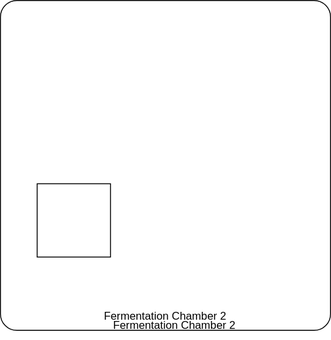
The draw.io diagram BreweryMonitor.drawio.svg in austinshinkle/OB_BreweryMonitor, before a commit. Source tidied: cells renumbered, new cells last; positions are measured from the earlier drawing's top-left corner, leaving out a move shared by most shapes.
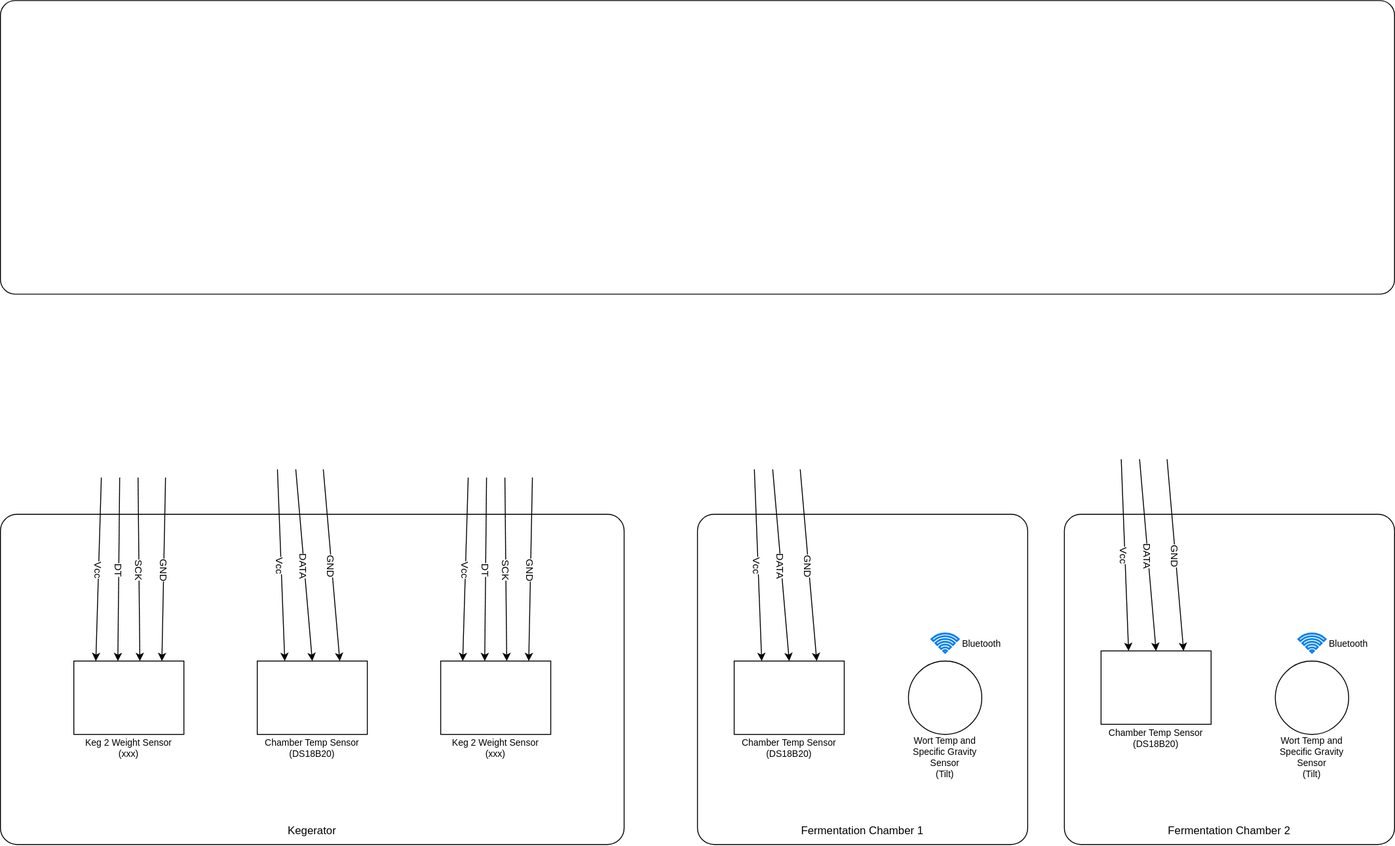
The same file after the commit.

Diff of the diagram source:
```diff
@@ -2,17 +2,216 @@
   <root>
     <mxCell id="0" />
     <mxCell id="1" parent="0" />
+    <mxCell id="6" style="rounded=1;whiteSpace=wrap;html=1;arcSize=5;" parent="1" vertex="1">
+      <mxGeometry x="-240" y="520" width="680" height="360" as="geometry" />
+    </mxCell>
     <mxCell id="2" style="rounded=1;whiteSpace=wrap;html=1;arcSize=5;" parent="1" vertex="1">
-      <mxGeometry width="360" height="360" as="geometry" />
+      <mxGeometry x="920" y="520" width="360" height="360" as="geometry" />
     </mxCell>
     <mxCell id="3" value="Fermentation Chamber 2" style="text;html=1;align=center;verticalAlign=middle;whiteSpace=wrap;rounded=0;" parent="1" vertex="1">
-      <mxGeometry x="70" y="330" width="220" height="30" as="geometry" />
+      <mxGeometry x="990" y="850" width="220" height="30" as="geometry" />
     </mxCell>
-    <mxCell id="4" style="rounded=0;whiteSpace=wrap;html=1;" parent="1" vertex="1">
-      <mxGeometry x="40" y="200" width="80" height="80" as="geometry" />
+    <mxCell id="4" style="rounded=0;whiteSpace=wrap;html=1;points=[[0,0,0,0,0],[0,0.25,0,0,0],[0,0.5,0,0,0],[0,0.75,0,0,0],[0,1,0,0,0],[0.2,0,0,0,0],[0.25,1,0,0,0],[0.4,0,0,0,0],[0.5,1,0,0,0],[0.6,0,0,0,0],[0.75,1,0,0,0],[0.8,0,0,0,0],[1,0,0,0,0],[1,0.25,0,0,0],[1,0.5,0,0,0],[1,0.75,0,0,0],[1,1,0,0,0]];" parent="1" vertex="1">
+      <mxGeometry x="240" y="680" width="120" height="80" as="geometry" />
     </mxCell>
-    <mxCell id="5" value="Fermentation Chamber 2" style="text;html=1;align=center;verticalAlign=middle;whiteSpace=wrap;rounded=0;" parent="1" vertex="1">
-      <mxGeometry x="80" y="340" width="220" height="30" as="geometry" />
+    <mxCell id="5" value="&lt;div&gt;Keg 2 Weight Sensor&lt;/div&gt;&lt;div&gt;(xxx)&lt;br&gt;&lt;/div&gt;" style="text;html=1;align=center;verticalAlign=middle;whiteSpace=wrap;rounded=0;fontSize=10;" parent="1" vertex="1">
+      <mxGeometry x="240" y="760" width="120" height="30" as="geometry" />
     </mxCell>
+    <mxCell id="7" style="ellipse;whiteSpace=wrap;html=1;" parent="1" vertex="1">
+      <mxGeometry x="1150" y="680" width="80" height="80" as="geometry" />
+    </mxCell>
+    <mxCell id="8" value="&lt;div&gt;Wort Temp and Specific Gravity Sensor&lt;/div&gt;&lt;div&gt;(Tilt)&lt;br&gt;&lt;/div&gt;" style="text;html=1;align=center;verticalAlign=middle;whiteSpace=wrap;rounded=0;fontSize=10;" parent="1" vertex="1">
+      <mxGeometry x="1150" y="760" width="80" height="50" as="geometry" />
+    </mxCell>
+    <mxCell id="9" style="html=1;verticalLabelPosition=bottom;align=center;labelBackgroundColor=#ffffff;verticalAlign=top;strokeWidth=2;strokeColor=#0080F0;shadow=0;dashed=0;shape=mxgraph.ios7.icons.wifi;" parent="1" vertex="1">
+      <mxGeometry x="1175.2" y="650" width="29.7" height="21" as="geometry" />
+    </mxCell>
+    <mxCell id="10" value="Bluetooth" style="text;html=1;align=center;verticalAlign=middle;whiteSpace=wrap;rounded=0;fontSize=10;" parent="1" vertex="1">
+      <mxGeometry x="1204.8" y="651" width="50" height="20" as="geometry" />
+    </mxCell>
+    <mxCell id="11" style="endArrow=classic;html=1;rounded=0;entryX=0.2;entryY=0;entryDx=0;entryDy=0;entryPerimeter=0;" parent="1" edge="1" target="4">
+      <mxGeometry relative="1" as="geometry">
+        <mxPoint x="270" y="480" as="sourcePoint" />
+      </mxGeometry>
+    </mxCell>
+    <mxCell id="12" value="Vcc" style="edgeLabel;html=1;align=center;verticalAlign=middle;rotation=90;" parent="11" vertex="1">
+      <mxGeometry relative="1" as="geometry" />
+    </mxCell>
+    <mxCell id="13" style="endArrow=classic;html=1;rounded=0;entryX=0.8;entryY=0;entryDx=0;entryDy=0;entryPerimeter=0;" parent="1" edge="1" target="4">
+      <mxGeometry relative="1" as="geometry">
+        <mxPoint x="340" y="480" as="sourcePoint" />
+      </mxGeometry>
+    </mxCell>
+    <mxCell id="14" value="GND" style="edgeLabel;html=1;align=center;verticalAlign=middle;rotation=90;" parent="13" vertex="1">
+      <mxGeometry relative="1" as="geometry" />
+    </mxCell>
+    <mxCell id="15" style="endArrow=classic;html=1;rounded=0;entryX=0.4;entryY=0;entryDx=0;entryDy=0;entryPerimeter=0;" parent="1" edge="1" target="4">
+      <mxGeometry relative="1" as="geometry">
+        <mxPoint x="290" y="480" as="sourcePoint" />
+      </mxGeometry>
+    </mxCell>
+    <mxCell id="16" value="DT" style="edgeLabel;html=1;align=center;verticalAlign=middle;rotation=90;" parent="15" vertex="1">
+      <mxGeometry relative="1" as="geometry" />
+    </mxCell>
+    <mxCell id="17" style="endArrow=classic;html=1;rounded=0;entryX=0.6;entryY=0;entryDx=0;entryDy=0;entryPerimeter=0;" parent="1" edge="1" target="4">
+      <mxGeometry relative="1" as="geometry">
+        <mxPoint x="310" y="480" as="sourcePoint" />
+      </mxGeometry>
+    </mxCell>
+    <mxCell id="18" value="SCK" style="edgeLabel;html=1;align=center;verticalAlign=middle;rotation=90;" parent="17" vertex="1">
+      <mxGeometry relative="1" as="geometry" />
+    </mxCell>
+    <mxCell id="19" style="rounded=1;whiteSpace=wrap;html=1;arcSize=5;" parent="1" vertex="1">
+      <mxGeometry x="520" y="520" width="360" height="360" as="geometry" />
+    </mxCell>
+    <mxCell id="20" value="Fermentation Chamber 1" style="text;html=1;align=center;verticalAlign=middle;whiteSpace=wrap;rounded=0;" parent="1" vertex="1">
+      <mxGeometry x="590" y="850" width="220" height="30" as="geometry" />
+    </mxCell>
+    <mxCell id="21" style="rounded=0;whiteSpace=wrap;html=1;points=[[0,0,0,0,0],[0,0.25,0,0,0],[0,0.5,0,0,0],[0,0.75,0,0,0],[0,1,0,0,0],[0.2,0,0,0,0],[0.25,1,0,0,0],[0.4,0,0,0,0],[0.5,1,0,0,0],[0.6,0,0,0,0],[0.75,1,0,0,0],[0.8,0,0,0,0],[1,0,0,0,0],[1,0.25,0,0,0],[1,0.5,0,0,0],[1,0.75,0,0,0],[1,1,0,0,0]];" parent="1" vertex="1">
+      <mxGeometry x="-160" y="680" width="120" height="80" as="geometry" />
+    </mxCell>
+    <mxCell id="22" style="ellipse;whiteSpace=wrap;html=1;" parent="1" vertex="1">
+      <mxGeometry x="750" y="680" width="80" height="80" as="geometry" />
+    </mxCell>
+    <mxCell id="23" value="&lt;div&gt;Wort Temp and Specific Gravity Sensor&lt;/div&gt;&lt;div&gt;(Tilt)&lt;br&gt;&lt;/div&gt;" style="text;html=1;align=center;verticalAlign=middle;whiteSpace=wrap;rounded=0;fontSize=10;" parent="1" vertex="1">
+      <mxGeometry x="750" y="760" width="80" height="50" as="geometry" />
+    </mxCell>
+    <mxCell id="24" style="html=1;verticalLabelPosition=bottom;align=center;labelBackgroundColor=#ffffff;verticalAlign=top;strokeWidth=2;strokeColor=#0080F0;shadow=0;dashed=0;shape=mxgraph.ios7.icons.wifi;" parent="1" vertex="1">
+      <mxGeometry x="775.2" y="650" width="29.7" height="21" as="geometry" />
+    </mxCell>
+    <mxCell id="25" value="Bluetooth" style="text;html=1;align=center;verticalAlign=middle;whiteSpace=wrap;rounded=0;fontSize=10;" parent="1" vertex="1">
+      <mxGeometry x="804.8" y="651" width="50" height="20" as="geometry" />
+    </mxCell>
+    <mxCell id="26" style="endArrow=classic;html=1;rounded=0;entryX=0.2;entryY=0;entryDx=0;entryDy=0;entryPerimeter=0;" parent="1" edge="1" target="21">
+      <mxGeometry relative="1" as="geometry">
+        <mxPoint x="-130" y="480" as="sourcePoint" />
+      </mxGeometry>
+    </mxCell>
+    <mxCell id="27" value="Vcc" style="edgeLabel;html=1;align=center;verticalAlign=middle;rotation=90;" parent="26" vertex="1">
+      <mxGeometry relative="1" as="geometry" />
+    </mxCell>
+    <mxCell id="28" style="endArrow=classic;html=1;rounded=0;entryX=0.8;entryY=0;entryDx=0;entryDy=0;entryPerimeter=0;" parent="1" edge="1" target="21">
+      <mxGeometry relative="1" as="geometry">
+        <mxPoint x="-60" y="480" as="sourcePoint" />
+      </mxGeometry>
+    </mxCell>
+    <mxCell id="29" value="GND" style="edgeLabel;html=1;align=center;verticalAlign=middle;rotation=90;" parent="28" vertex="1">
+      <mxGeometry relative="1" as="geometry" />
+    </mxCell>
+    <mxCell id="30" style="endArrow=classic;html=1;rounded=0;entryX=0.4;entryY=0;entryDx=0;entryDy=0;entryPerimeter=0;" parent="1" edge="1" target="21">
+      <mxGeometry relative="1" as="geometry">
+        <mxPoint x="-110" y="480" as="sourcePoint" />
+      </mxGeometry>
+    </mxCell>
+    <mxCell id="31" value="DT" style="edgeLabel;html=1;align=center;verticalAlign=middle;rotation=90;" parent="30" vertex="1">
+      <mxGeometry relative="1" as="geometry" />
+    </mxCell>
+    <mxCell id="32" style="endArrow=classic;html=1;rounded=0;entryX=0.6;entryY=0;entryDx=0;entryDy=0;entryPerimeter=0;" parent="1" edge="1" target="21">
+      <mxGeometry relative="1" as="geometry">
+        <mxPoint x="-90" y="480" as="sourcePoint" />
+      </mxGeometry>
+    </mxCell>
+    <mxCell id="33" value="SCK" style="edgeLabel;html=1;align=center;verticalAlign=middle;rotation=90;" parent="32" vertex="1">
+      <mxGeometry relative="1" as="geometry" />
+    </mxCell>
+    <mxCell id="34" style="rounded=1;whiteSpace=wrap;html=1;arcSize=5;" parent="1" vertex="1">
+      <mxGeometry x="-240" y="-40" width="1520" height="320" as="geometry" />
+    </mxCell>
+    <mxCell id="35" value="Kegerator" style="text;html=1;align=center;verticalAlign=middle;whiteSpace=wrap;rounded=0;" parent="1" vertex="1">
+      <mxGeometry x="-10" y="850" width="220" height="30" as="geometry" />
+    </mxCell>
+    <mxCell id="36" style="rounded=0;whiteSpace=wrap;html=1;" parent="1" vertex="1">
+      <mxGeometry x="560" y="680" width="120" height="80" as="geometry" />
+    </mxCell>
+    <mxCell id="37" value="&lt;div&gt;Chamber Temp Sensor&lt;/div&gt;&lt;div&gt;(DS18B20)&lt;br&gt;&lt;/div&gt;" style="text;html=1;align=center;verticalAlign=middle;whiteSpace=wrap;rounded=0;fontSize=10;" parent="1" vertex="1">
+      <mxGeometry x="560" y="760" width="120" height="30" as="geometry" />
+    </mxCell>
+    <mxCell id="38" style="endArrow=classic;html=1;rounded=0;entryX=0.75;entryY=0;entryDx=0;entryDy=0;" parent="1" edge="1" target="36">
+      <mxGeometry relative="1" as="geometry">
+        <mxPoint x="632" y="471" as="sourcePoint" />
+      </mxGeometry>
+    </mxCell>
+    <mxCell id="39" value="GND" style="edgeLabel;html=1;align=center;verticalAlign=middle;rotation=90;" parent="38" vertex="1">
+      <mxGeometry relative="1" as="geometry" />
+    </mxCell>
+    <mxCell id="40" style="endArrow=classic;html=1;rounded=0;entryX=0.25;entryY=0;entryDx=0;entryDy=0;" parent="1" edge="1" target="36">
+      <mxGeometry relative="1" as="geometry">
+        <mxPoint x="582" y="471" as="sourcePoint" />
+      </mxGeometry>
+    </mxCell>
+    <mxCell id="41" value="Vcc" style="edgeLabel;html=1;align=center;verticalAlign=middle;rotation=90;" parent="40" vertex="1">
+      <mxGeometry relative="1" as="geometry" />
+    </mxCell>
+    <mxCell id="42" style="endArrow=classic;html=1;rounded=0;entryX=0.5;entryY=0;entryDx=0;entryDy=0;" parent="1" edge="1" target="36">
+      <mxGeometry relative="1" as="geometry">
+        <mxPoint x="602" y="471" as="sourcePoint" />
+      </mxGeometry>
+    </mxCell>
+    <mxCell id="43" value="DATA" style="edgeLabel;html=1;align=center;verticalAlign=middle;rotation=90;" parent="42" vertex="1">
+      <mxGeometry relative="1" as="geometry" />
+    </mxCell>
+    <mxCell id="44" value="&lt;div&gt;Keg 2 Weight Sensor&lt;/div&gt;&lt;div&gt;(xxx)&lt;br&gt;&lt;/div&gt;" style="text;html=1;align=center;verticalAlign=middle;whiteSpace=wrap;rounded=0;fontSize=10;" parent="1" vertex="1">
+      <mxGeometry x="-160" y="760" width="120" height="30" as="geometry" />
+    </mxCell>
+    <mxCell id="45" style="rounded=0;whiteSpace=wrap;html=1;" parent="1" vertex="1">
+      <mxGeometry x="40" y="680" width="120" height="80" as="geometry" />
+    </mxCell>
+    <mxCell id="46" value="&lt;div&gt;Chamber Temp Sensor&lt;/div&gt;&lt;div&gt;(DS18B20)&lt;br&gt;&lt;/div&gt;" style="text;html=1;align=center;verticalAlign=middle;whiteSpace=wrap;rounded=0;fontSize=10;" parent="1" vertex="1">
+      <mxGeometry x="40" y="760" width="120" height="30" as="geometry" />
+    </mxCell>
+    <mxCell id="47" style="endArrow=classic;html=1;rounded=0;entryX=0.75;entryY=0;entryDx=0;entryDy=0;" parent="1" edge="1" target="45">
+      <mxGeometry relative="1" as="geometry">
+        <mxPoint x="112" y="471" as="sourcePoint" />
+      </mxGeometry>
+    </mxCell>
+    <mxCell id="48" value="GND" style="edgeLabel;html=1;align=center;verticalAlign=middle;rotation=90;" parent="47" vertex="1">
+      <mxGeometry relative="1" as="geometry" />
+    </mxCell>
+    <mxCell id="49" style="endArrow=classic;html=1;rounded=0;entryX=0.25;entryY=0;entryDx=0;entryDy=0;" parent="1" edge="1" target="45">
+      <mxGeometry relative="1" as="geometry">
+        <mxPoint x="62" y="471" as="sourcePoint" />
+      </mxGeometry>
+    </mxCell>
+    <mxCell id="50" value="Vcc" style="edgeLabel;html=1;align=center;verticalAlign=middle;rotation=90;" parent="49" vertex="1">
+      <mxGeometry relative="1" as="geometry" />
+    </mxCell>
+    <mxCell id="51" style="endArrow=classic;html=1;rounded=0;entryX=0.5;entryY=0;entryDx=0;entryDy=0;" parent="1" edge="1" target="45">
+      <mxGeometry relative="1" as="geometry">
+        <mxPoint x="82" y="471" as="sourcePoint" />
+      </mxGeometry>
+    </mxCell>
+    <mxCell id="52" value="DATA" style="edgeLabel;html=1;align=center;verticalAlign=middle;rotation=90;" parent="51" vertex="1">
+      <mxGeometry relative="1" as="geometry" />
+    </mxCell>
+    <mxCell id="53" style="rounded=0;whiteSpace=wrap;html=1;" parent="1" vertex="1">
+      <mxGeometry x="960" y="669" width="120" height="80" as="geometry" />
+    </mxCell>
+    <mxCell id="54" value="&lt;div&gt;Chamber Temp Sensor&lt;/div&gt;&lt;div&gt;(DS18B20)&lt;br&gt;&lt;/div&gt;" style="text;html=1;align=center;verticalAlign=middle;whiteSpace=wrap;rounded=0;fontSize=10;" parent="1" vertex="1">
+      <mxGeometry x="960" y="749" width="120" height="30" as="geometry" />
+    </mxCell>
+    <mxCell id="55" style="endArrow=classic;html=1;rounded=0;entryX=0.75;entryY=0;entryDx=0;entryDy=0;" parent="1" edge="1" target="53">
+      <mxGeometry relative="1" as="geometry">
+        <mxPoint x="1032" y="460" as="sourcePoint" />
+      </mxGeometry>
+    </mxCell>
+    <mxCell id="56" value="GND" style="edgeLabel;html=1;align=center;verticalAlign=middle;rotation=90;" parent="55" vertex="1">
+      <mxGeometry relative="1" as="geometry" />
+    </mxCell>
+    <mxCell id="57" style="endArrow=classic;html=1;rounded=0;entryX=0.25;entryY=0;entryDx=0;entryDy=0;" parent="1" edge="1" target="53">
+      <mxGeometry relative="1" as="geometry">
+        <mxPoint x="982" y="460" as="sourcePoint" />
+      </mxGeometry>
+    </mxCell>
+    <mxCell id="58" value="Vcc" style="edgeLabel;html=1;align=center;verticalAlign=middle;rotation=90;" parent="57" vertex="1">
+      <mxGeometry relative="1" as="geometry" />
+    </mxCell>
+    <mxCell id="59" style="endArrow=classic;html=1;rounded=0;entryX=0.5;entryY=0;entryDx=0;entryDy=0;" parent="1" edge="1" target="53">
+      <mxGeometry relative="1" as="geometry">
+        <mxPoint x="1002" y="460" as="sourcePoint" />
+      </mxGeometry>
+    </mxCell>
+    <mxCell id="60" value="DATA" style="edgeLabel;html=1;align=center;verticalAlign=middle;rotation=90;" parent="59" vertex="1">
+      <mxGeometry relative="1" as="geometry" />
+    </mxCell>
   </root>
 </mxGraphModel>
```
